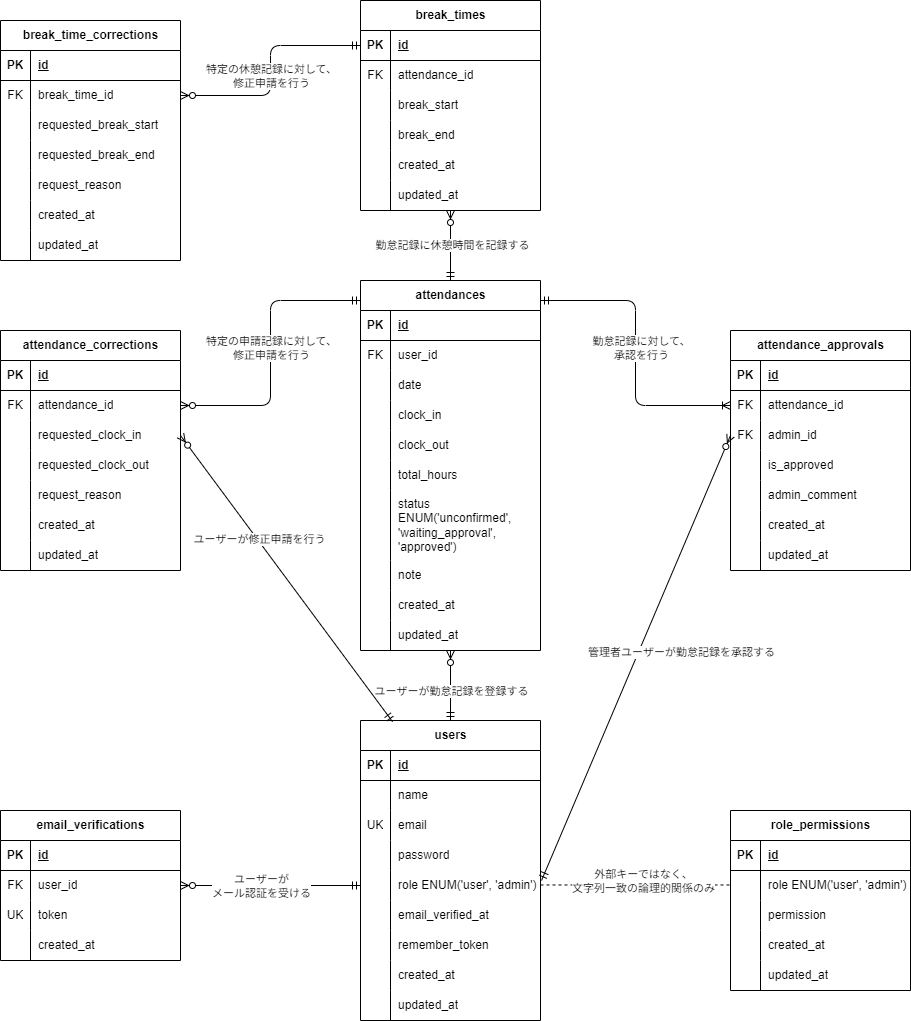
This is ER.drawio.png from shimodum/mockcase-attendance, a draw.io export, as it was before one commit. Source tidied: cells renumbered, new cells last; positions are measured from the earlier drawing's top-left corner, leaving out a move shared by most shapes.
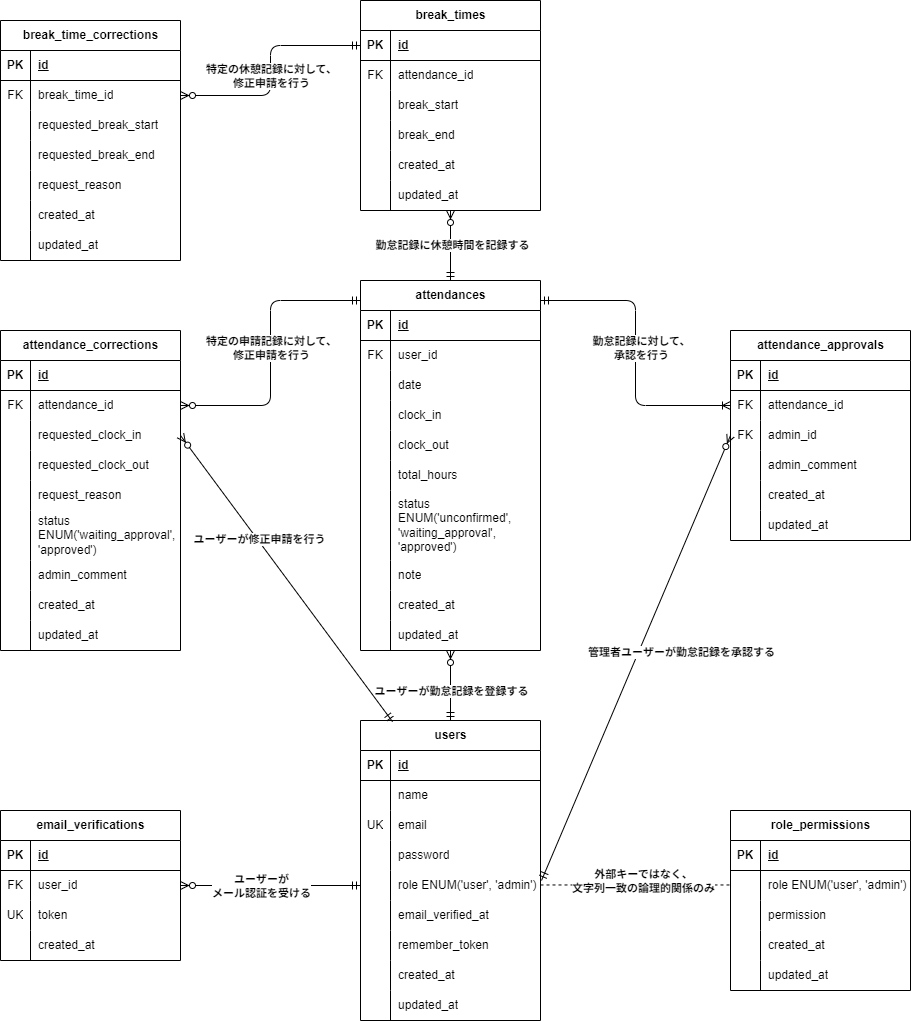
Later version of the same file.

What changed in the source:
```diff
@@ -60,7 +60,7 @@
       <mxGeometry x="30" width="150" height="30" as="geometry" />
     </mxCell>
     <mxCell id="21" value="attendance_corrections" style="shape=table;startSize=30;rowLines=0;fontStyle=1;align=center;html=1;" parent="1" vertex="1">
-      <mxGeometry y="330" width="180" height="240" as="geometry" />
+      <mxGeometry y="330" width="180" height="320" as="geometry" />
     </mxCell>
     <mxCell id="22" style="shape=tableRow;horizontal=0;startSize=0;swimlaneHead=0;swimlaneBody=0;fillColor=none;top=0;left=0;right=0;bottom=1;" parent="21" vertex="1">
       <mxGeometry y="30" width="180" height="30" as="geometry" />
@@ -108,23 +108,41 @@
       <mxGeometry x="30" width="150" height="30" as="geometry" />
     </mxCell>
     <mxCell id="37" style="shape=tableRow;horizontal=0;startSize=0;swimlaneHead=0;swimlaneBody=0;fillColor=none;top=0;left=0;right=0;bottom=0;" parent="21" vertex="1">
-      <mxGeometry y="180" width="180" height="30" as="geometry" />
+      <mxGeometry y="180" width="180" height="50" as="geometry" />
     </mxCell>
     <mxCell id="38" style="shape=partialRectangle;fillColor=none;top=0;left=0;bottom=0;right=0;overflow=hidden;whiteSpace=wrap;html=1;" parent="37" vertex="1">
-      <mxGeometry width="30" height="30" as="geometry" />
+      <mxGeometry width="30" height="50" as="geometry" />
     </mxCell>
-    <mxCell id="39" value="created_at" style="shape=partialRectangle;fillColor=none;top=0;left=0;bottom=0;right=0;align=left;spacingLeft=6;overflow=hidden;whiteSpace=wrap;html=1;" parent="37" vertex="1">
-      <mxGeometry x="30" width="150" height="30" as="geometry" />
+    <mxCell id="39" value="status&lt;div&gt;ENUM('waiting_approval',&lt;/div&gt;&lt;div&gt;'approved')&lt;/div&gt;" style="shape=partialRectangle;fillColor=none;top=0;left=0;bottom=0;right=0;align=left;spacingLeft=6;overflow=hidden;whiteSpace=wrap;html=1;" parent="37" vertex="1">
+      <mxGeometry x="30" width="150" height="50" as="geometry" />
     </mxCell>
     <mxCell id="40" style="shape=tableRow;horizontal=0;startSize=0;swimlaneHead=0;swimlaneBody=0;fillColor=none;top=0;left=0;right=0;bottom=0;" parent="21" vertex="1">
-      <mxGeometry y="210" width="180" height="30" as="geometry" />
+      <mxGeometry y="230" width="180" height="30" as="geometry" />
     </mxCell>
     <mxCell id="41" style="shape=partialRectangle;fillColor=none;top=0;left=0;bottom=0;right=0;overflow=hidden;whiteSpace=wrap;html=1;" parent="40" vertex="1">
       <mxGeometry width="30" height="30" as="geometry" />
     </mxCell>
-    <mxCell id="42" value="updated_at" style="shape=partialRectangle;fillColor=none;top=0;left=0;bottom=0;right=0;align=left;spacingLeft=6;overflow=hidden;whiteSpace=wrap;html=1;" parent="40" vertex="1">
+    <mxCell id="42" value="admin_comment" style="shape=partialRectangle;fillColor=none;top=0;left=0;bottom=0;right=0;align=left;spacingLeft=6;overflow=hidden;whiteSpace=wrap;html=1;" parent="40" vertex="1">
       <mxGeometry x="30" width="150" height="30" as="geometry" />
     </mxCell>
+    <mxCell id="194" style="shape=tableRow;horizontal=0;startSize=0;swimlaneHead=0;swimlaneBody=0;fillColor=none;top=0;left=0;right=0;bottom=0;" parent="21" vertex="1">
+      <mxGeometry y="260" width="180" height="30" as="geometry" />
+    </mxCell>
+    <mxCell id="195" style="shape=partialRectangle;fillColor=none;top=0;left=0;bottom=0;right=0;overflow=hidden;whiteSpace=wrap;html=1;" parent="194" vertex="1">
+      <mxGeometry width="30" height="30" as="geometry" />
+    </mxCell>
+    <mxCell id="196" value="&lt;span style=&quot;color: rgb(0, 0, 0);&quot;&gt;created_at&lt;/span&gt;" style="shape=partialRectangle;fillColor=none;top=0;left=0;bottom=0;right=0;align=left;spacingLeft=6;overflow=hidden;whiteSpace=wrap;html=1;" parent="194" vertex="1">
+      <mxGeometry x="30" width="150" height="30" as="geometry" />
+    </mxCell>
+    <mxCell id="197" style="shape=tableRow;horizontal=0;startSize=0;swimlaneHead=0;swimlaneBody=0;fillColor=none;top=0;left=0;right=0;bottom=0;" parent="21" vertex="1">
+      <mxGeometry y="290" width="180" height="30" as="geometry" />
+    </mxCell>
+    <mxCell id="198" style="shape=partialRectangle;fillColor=none;top=0;left=0;bottom=0;right=0;overflow=hidden;whiteSpace=wrap;html=1;" parent="197" vertex="1">
+      <mxGeometry width="30" height="30" as="geometry" />
+    </mxCell>
+    <mxCell id="199" value="updated_at" style="shape=partialRectangle;fillColor=none;top=0;left=0;bottom=0;right=0;align=left;spacingLeft=6;overflow=hidden;whiteSpace=wrap;html=1;" parent="197" vertex="1">
+      <mxGeometry x="30" width="150" height="30" as="geometry" />
+    </mxCell>
     <mxCell id="43" value="users" style="shape=table;startSize=30;rowLines=0;fontStyle=1;align=center;html=1;" parent="1" vertex="1">
       <mxGeometry x="360" y="720" width="180" height="300" as="geometry" />
     </mxCell>
@@ -351,7 +369,7 @@
       <mxGeometry x="30" width="150" height="30" as="geometry" />
     </mxCell>
     <mxCell id="118" value="attendance_approvals" style="shape=table;startSize=30;rowLines=0;fontStyle=1;align=center;html=1;" parent="1" vertex="1">
-      <mxGeometry x="730" y="330" width="180" height="240" as="geometry" />
+      <mxGeometry x="730" y="330" width="180" height="210" as="geometry" />
     </mxCell>
     <mxCell id="119" style="shape=tableRow;horizontal=0;startSize=0;swimlaneHead=0;swimlaneBody=0;fillColor=none;top=0;left=0;right=0;bottom=1;" parent="118" vertex="1">
       <mxGeometry y="30" width="180" height="30" as="geometry" />
@@ -380,17 +398,8 @@
     <mxCell id="127" value="admin_id" style="shape=partialRectangle;fillColor=none;top=0;left=0;bottom=0;right=0;align=left;spacingLeft=6;overflow=hidden;whiteSpace=wrap;html=1;" parent="125" vertex="1">
       <mxGeometry x="30" width="150" height="30" as="geometry" />
     </mxCell>
-    <mxCell id="128" style="shape=tableRow;horizontal=0;startSize=0;swimlaneHead=0;swimlaneBody=0;fillColor=none;top=0;left=0;right=0;bottom=0;" parent="118" vertex="1">
-      <mxGeometry y="120" width="180" height="30" as="geometry" />
-    </mxCell>
-    <mxCell id="129" style="shape=partialRectangle;fillColor=none;top=0;left=0;bottom=0;right=0;overflow=hidden;whiteSpace=wrap;html=1;" parent="128" vertex="1">
-      <mxGeometry width="30" height="30" as="geometry" />
-    </mxCell>
-    <mxCell id="130" value="is_approved" style="shape=partialRectangle;fillColor=none;top=0;left=0;bottom=0;right=0;align=left;spacingLeft=6;overflow=hidden;whiteSpace=wrap;html=1;" parent="128" vertex="1">
-      <mxGeometry x="30" width="150" height="30" as="geometry" />
-    </mxCell>
     <mxCell id="131" style="shape=tableRow;horizontal=0;startSize=0;swimlaneHead=0;swimlaneBody=0;fillColor=none;top=0;left=0;right=0;bottom=0;" parent="118" vertex="1">
-      <mxGeometry y="150" width="180" height="30" as="geometry" />
+      <mxGeometry y="120" width="180" height="30" as="geometry" />
     </mxCell>
     <mxCell id="132" style="shape=partialRectangle;fillColor=none;top=0;left=0;bottom=0;right=0;overflow=hidden;whiteSpace=wrap;html=1;" parent="131" vertex="1">
       <mxGeometry width="30" height="30" as="geometry" />
@@ -399,7 +408,7 @@
       <mxGeometry x="30" width="150" height="30" as="geometry" />
     </mxCell>
     <mxCell id="134" style="shape=tableRow;horizontal=0;startSize=0;swimlaneHead=0;swimlaneBody=0;fillColor=none;top=0;left=0;right=0;bottom=0;" parent="118" vertex="1">
-      <mxGeometry y="180" width="180" height="30" as="geometry" />
+      <mxGeometry y="150" width="180" height="30" as="geometry" />
     </mxCell>
     <mxCell id="135" style="shape=partialRectangle;fillColor=none;top=0;left=0;bottom=0;right=0;overflow=hidden;whiteSpace=wrap;html=1;" parent="134" vertex="1">
       <mxGeometry width="30" height="30" as="geometry" />
@@ -408,7 +417,7 @@
       <mxGeometry x="30" width="150" height="30" as="geometry" />
     </mxCell>
     <mxCell id="137" style="shape=tableRow;horizontal=0;startSize=0;swimlaneHead=0;swimlaneBody=0;fillColor=none;top=0;left=0;right=0;bottom=0;" parent="118" vertex="1">
-      <mxGeometry y="210" width="180" height="30" as="geometry" />
+      <mxGeometry y="180" width="180" height="30" as="geometry" />
     </mxCell>
     <mxCell id="138" style="shape=partialRectangle;fillColor=none;top=0;left=0;bottom=0;right=0;overflow=hidden;whiteSpace=wrap;html=1;" parent="137" vertex="1">
       <mxGeometry width="30" height="30" as="geometry" />
@@ -458,7 +467,7 @@
     <mxCell id="153" style="fontSize=12;html=1;endArrow=ERzeroToMany;startArrow=ERmandOne;exitX=0.5;exitY=0;exitDx=0;exitDy=0;entryX=0.5;entryY=1;entryDx=0;entryDy=0;entryPerimeter=0;" parent="1" edge="1" source="43" target="115">
       <mxGeometry relative="1" as="geometry" />
     </mxCell>
-    <mxCell id="154" value="ユーザーが勤怠記録を登録する" style="edgeLabel;html=1;align=center;verticalAlign=middle;" parent="153" vertex="1">
+    <mxCell id="154" value="&lt;b&gt;ユーザーが勤怠記録を登録する&lt;/b&gt;" style="edgeLabel;html=1;align=center;verticalAlign=middle;" parent="153" vertex="1">
       <mxGeometry x="-0.05" relative="1" as="geometry">
         <mxPoint y="3" as="offset" />
       </mxGeometry>
@@ -466,7 +475,7 @@
     <mxCell id="155" style="fontSize=12;html=1;endArrow=ERzeroToMany;startArrow=ERmandOne;entryX=1;entryY=0.5;entryDx=0;entryDy=0;exitX=0.178;exitY=0.004;exitDx=0;exitDy=0;exitPerimeter=0;" parent="1" edge="1" source="43" target="28">
       <mxGeometry relative="1" as="geometry" />
     </mxCell>
-    <mxCell id="156" value="ユーザーが修正申請を行う" style="edgeLabel;html=1;align=center;verticalAlign=middle;" parent="155" vertex="1">
+    <mxCell id="156" value="&lt;b&gt;ユーザーが修正申請を行う&lt;/b&gt;" style="edgeLabel;html=1;align=center;verticalAlign=middle;" parent="155" vertex="1">
       <mxGeometry x="0.26" y="-1" relative="1" as="geometry">
         <mxPoint y="-1" as="offset" />
       </mxGeometry>
@@ -476,7 +485,7 @@
         <mxPoint x="541" y="880" as="sourcePoint" />
       </mxGeometry>
     </mxCell>
-    <mxCell id="158" value="管理者ユーザーが勤怠記録を承認する" style="edgeLabel;html=1;align=center;verticalAlign=middle;" parent="157" vertex="1">
+    <mxCell id="158" value="&lt;b&gt;管理者ユーザーが勤怠記録を承認する&lt;/b&gt;" style="edgeLabel;html=1;align=center;verticalAlign=middle;" parent="157" vertex="1">
       <mxGeometry x="0.04" relative="1" as="geometry">
         <mxPoint x="41" y="3" as="offset" />
       </mxGeometry>
@@ -484,7 +493,7 @@
     <mxCell id="159" style="fontSize=12;html=1;endArrow=ERzeroToMany;startArrow=ERmandOne;entryX=1;entryY=0.5;entryDx=0;entryDy=0;exitX=0;exitY=0.5;exitDx=0;exitDy=0;" parent="1" edge="1" source="56" target="144">
       <mxGeometry relative="1" as="geometry" />
     </mxCell>
-    <mxCell id="160" value="ユーザーが&lt;div&gt;&lt;span style=&quot;background-color: light-dark(#ffffff, var(--ge-dark-color, #121212));&quot;&gt;メール認証を受ける&lt;/span&gt;&lt;br&gt;&lt;/div&gt;" style="edgeLabel;html=1;align=center;verticalAlign=middle;" parent="159" vertex="1">
+    <mxCell id="160" value="&lt;b&gt;ユーザーが&lt;/b&gt;&lt;div&gt;&lt;span style=&quot;background-color: light-dark(#ffffff, var(--ge-dark-color, #121212));&quot;&gt;&lt;b&gt;メール認証を受ける&lt;/b&gt;&lt;/span&gt;&lt;br&gt;&lt;/div&gt;" style="edgeLabel;html=1;align=center;verticalAlign=middle;" parent="159" vertex="1">
       <mxGeometry x="0.08" y="1" relative="1" as="geometry">
         <mxPoint x="-2" y="-1" as="offset" />
       </mxGeometry>
@@ -494,7 +503,7 @@
         <mxPoint x="450" y="210" as="targetPoint" />
       </mxGeometry>
     </mxCell>
-    <mxCell id="162" value="勤怠記録に休憩時間を記録する" style="edgeLabel;html=1;align=center;verticalAlign=middle;" parent="161" vertex="1">
+    <mxCell id="162" value="&lt;b&gt;勤怠記録に休憩時間を記録する&lt;/b&gt;" style="edgeLabel;html=1;align=center;verticalAlign=middle;" parent="161" vertex="1">
       <mxGeometry x="0.03" y="-1" relative="1" as="geometry" />
     </mxCell>
     <mxCell id="163" style="fontSize=12;html=1;endArrow=ERzeroToMany;startArrow=ERmandOne;edgeStyle=elbowEdgeStyle;entryX=1;entryY=0.5;entryDx=0;entryDy=0;" parent="1" edge="1" target="25">
@@ -502,7 +511,7 @@
         <mxPoint x="360" y="300" as="sourcePoint" />
       </mxGeometry>
     </mxCell>
-    <mxCell id="164" value="特定の申請記録に対して、&lt;div&gt;修正申請を行う&lt;/div&gt;" style="edgeLabel;html=1;align=center;verticalAlign=middle;fillColor=#FF3333;" parent="163" vertex="1">
+    <mxCell id="164" value="&lt;b&gt;特定の申請記録に対して、&lt;/b&gt;&lt;div&gt;&lt;b&gt;修正申請を行う&lt;/b&gt;&lt;/div&gt;" style="edgeLabel;html=1;align=center;verticalAlign=middle;fillColor=#FF3333;" parent="163" vertex="1">
       <mxGeometry x="-0.14" relative="1" as="geometry">
         <mxPoint y="14" as="offset" />
       </mxGeometry>
@@ -512,7 +521,7 @@
         <mxPoint x="540" y="300" as="sourcePoint" />
       </mxGeometry>
     </mxCell>
-    <mxCell id="166" value="勤怠記録に対して、&lt;div&gt;承認を行う&lt;/div&gt;" style="edgeLabel;html=1;align=center;verticalAlign=middle;" parent="165" vertex="1">
+    <mxCell id="166" value="&lt;b&gt;勤怠記録に対して、&lt;/b&gt;&lt;div&gt;&lt;b&gt;承認を行う&lt;/b&gt;&lt;/div&gt;" style="edgeLabel;html=1;align=center;verticalAlign=middle;" parent="165" vertex="1">
       <mxGeometry x="-0.09" relative="1" as="geometry">
         <mxPoint x="5" y="8" as="offset" />
       </mxGeometry>
@@ -526,7 +535,7 @@
     <mxCell id="168" value="Text" style="edgeLabel;html=1;align=center;verticalAlign=middle;" parent="167" vertex="1">
       <mxGeometry x="0.04" relative="1" as="geometry" />
     </mxCell>
-    <mxCell id="169" value="外部キーではなく、&lt;div&gt;文字列一致の論理的関係のみ&lt;/div&gt;" style="edgeLabel;html=1;align=center;verticalAlign=middle;" parent="167" vertex="1">
+    <mxCell id="169" value="&lt;b&gt;外部キーではなく、&lt;/b&gt;&lt;div&gt;&lt;b&gt;文字列一致の論理的関係のみ&lt;/b&gt;&lt;/div&gt;" style="edgeLabel;html=1;align=center;verticalAlign=middle;" parent="167" vertex="1">
       <mxGeometry x="0.07" y="2" relative="1" as="geometry">
         <mxPoint y="-2" as="offset" />
       </mxGeometry>
@@ -600,7 +609,7 @@
     <mxCell id="192" style="edgeStyle=elbowEdgeStyle;fontSize=12;html=1;endArrow=ERzeroToMany;startArrow=ERmandOne;exitX=0;exitY=0.5;exitDx=0;exitDy=0;entryX=1;entryY=0.5;entryDx=0;entryDy=0;elbow=horizontal;" parent="1" edge="1" source="3" target="174">
       <mxGeometry relative="1" as="geometry" />
     </mxCell>
-    <mxCell id="193" value="特定の休憩記録に対して、&lt;div&gt;修正申請を行う&lt;/div&gt;" style="edgeLabel;html=1;align=center;verticalAlign=middle;" parent="192" vertex="1">
+    <mxCell id="193" value="&lt;b&gt;特定の休憩記録に対して、&lt;/b&gt;&lt;div&gt;&lt;b&gt;修正申請を行う&lt;/b&gt;&lt;/div&gt;" style="edgeLabel;html=1;align=center;verticalAlign=middle;" parent="192" vertex="1">
       <mxGeometry x="0.36" y="-2" relative="1" as="geometry">
         <mxPoint x="16" y="-18" as="offset" />
       </mxGeometry>
```
